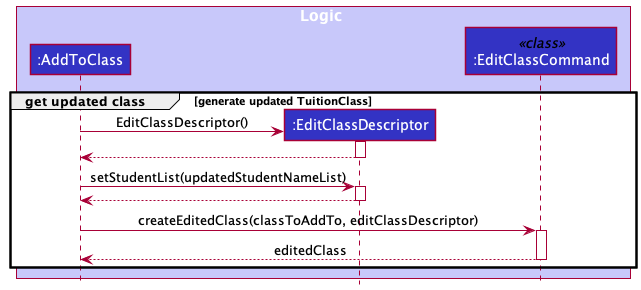
softmagnet/tp keeps this PlantUML diagram as docs/images/AddToClassRef2.png. Above is the earlier version. The source it was exported from:
```plantuml
@startuml
!include style.puml

group get updated class [generate updated TuitionClass]

box Logic LOGIC_COLOR_T1
participant ":AddToClass" as AddToClass LOGIC_COLOR
participant ":EditClassDescriptor" as descriptor LOGIC_COLOR
participant ":EditClassCommand" as EditClassCommand <<class>> LOGIC_COLOR
end box

create descriptor
AddToClass -> descriptor : EditClassDescriptor()
activate descriptor

return


AddToClass -> descriptor : setStudentList(updatedStudentNameList)
activate descriptor
return

AddToClass -> EditClassCommand : createEditedClass(classToAddTo, editClassDescriptor)
activate EditClassCommand
return editedClass

end
@enduml
```
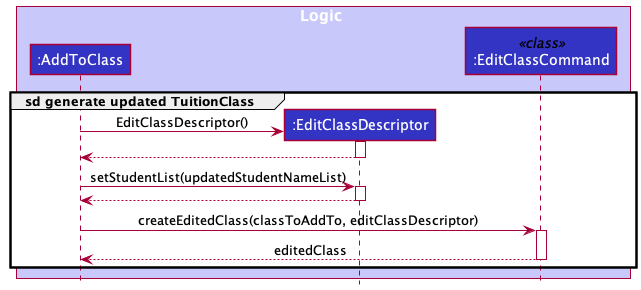
Later version of the same file.

The edit, as a diff of the source:
```diff
@@ -1,7 +1,7 @@
 @startuml
 !include style.puml
 
-group get updated class [generate updated TuitionClass]
+group sd generate updated TuitionClass
 
 box Logic LOGIC_COLOR_T1
 participant ":AddToClass" as AddToClass LOGIC_COLOR
```
